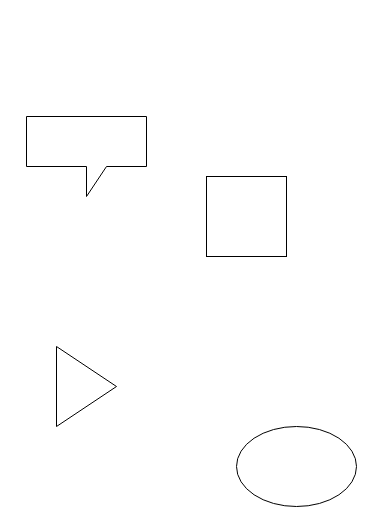
Earlier version of the draw.io diagram Untitled Diagram.drawio (isundae/draw). Source tidied: cells renumbered, new cells numbered last; positions are measured from the earlier drawing's top-left corner, leaving out a move shared by most shapes. Both pictures are drawn from the tidied source at 100%, with x=0, y=0 at pixel (26, 116).
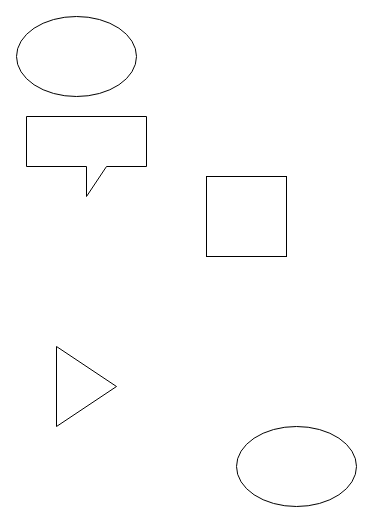
Above is the later version.

The edit, as a diff of the source:
```diff
@@
 <mxGraphModel>
   <root>
     <mxCell id="0" />
     <mxCell id="1" parent="0" />
     <mxCell id="2" style="ellipse;whiteSpace=wrap;html=1;" parent="1" vertex="1">
       <mxGeometry x="210" y="310" width="120" height="80" as="geometry" />
     </mxCell>
     <mxCell id="3" style="whiteSpace=wrap;html=1;" parent="1" vertex="1">
       <mxGeometry x="180" y="60" width="80" height="80" as="geometry" />
     </mxCell>
     <mxCell id="4" style="triangle;whiteSpace=wrap;html=1;" parent="1" vertex="1">
       <mxGeometry x="30" y="230" width="60" height="80" as="geometry" />
     </mxCell>
     <mxCell id="5" style="shape=callout;whiteSpace=wrap;html=1;perimeter=calloutPerimeter;" parent="1" vertex="1">
       <mxGeometry width="120" height="80" as="geometry" />
     </mxCell>
+    <mxCell id="6" style="ellipse;whiteSpace=wrap;html=1;" parent="1" vertex="1">
+      <mxGeometry x="-10" y="-100" width="120" height="80" as="geometry" />
+    </mxCell>
   </root>
 </mxGraphModel>
```
